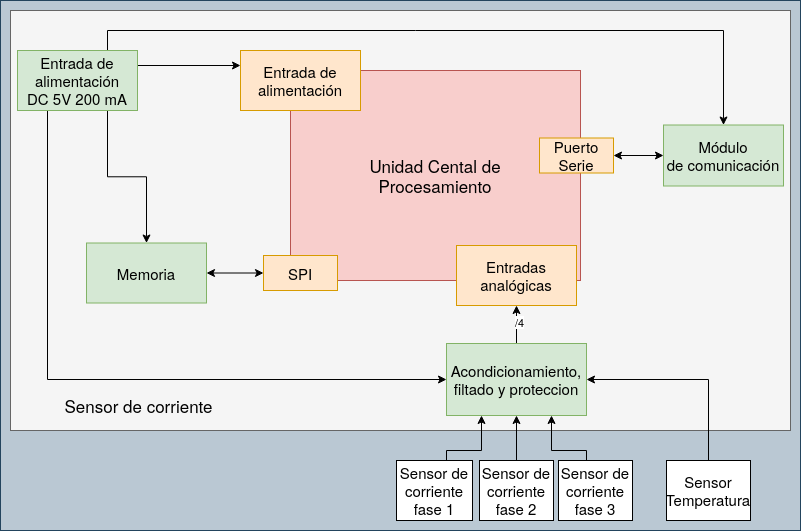
This is Figuras/diagBloque.png from SaEsteva/Latex_CESE, a draw.io export, as it was before one commit. Source tidied: cells renumbered, new cells last; positions are measured from the earlier drawing's top-left corner, leaving out a move shared by most shapes.
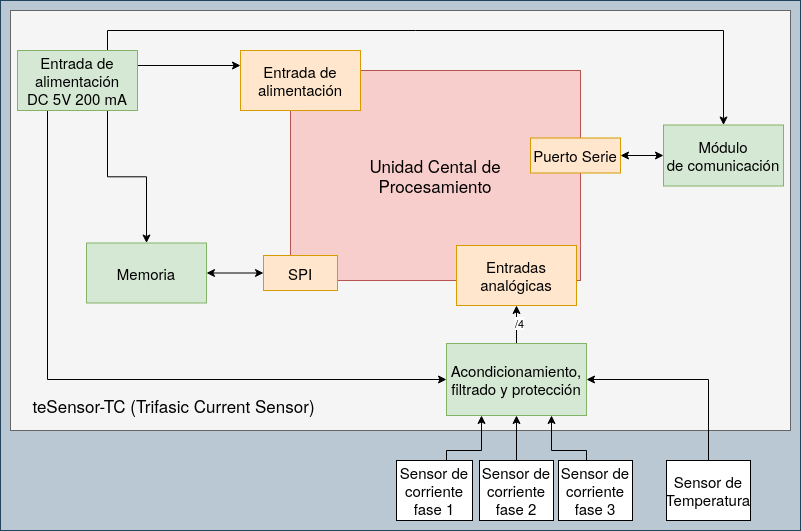
Later version of the same file.

Change to the diagram source:
```diff
@@ -14,7 +14,7 @@
     <mxCell id="5" style="edgeStyle=orthogonalEdgeStyle;rounded=0;jettySize=auto;html=1;entryX=1;entryY=0.5;entryDx=0;entryDy=0;exitX=0.5;exitY=0;exitDx=0;exitDy=0;" parent="1" edge="1" source="6" target="11">
       <mxGeometry relative="1" as="geometry" />
     </mxCell>
-    <mxCell id="6" value="&lt;div style=&quot;font-size: 15px;&quot;&gt;Sensor &lt;br style=&quot;font-size: 15px;&quot;&gt;&lt;/div&gt;&lt;div style=&quot;font-size: 15px;&quot;&gt;Temperatura&lt;/div&gt;" style="rounded=0;whiteSpace=wrap;html=1;fontSize=15;" parent="1" vertex="1">
+    <mxCell id="6" value="&lt;div style=&quot;font-size: 15px&quot;&gt;Sensor de&lt;br style=&quot;font-size: 15px&quot;&gt;&lt;/div&gt;&lt;div style=&quot;font-size: 15px&quot;&gt;Temperatura&lt;/div&gt;" style="rounded=0;whiteSpace=wrap;html=1;fontSize=15;" parent="1" vertex="1">
       <mxGeometry x="666" y="460" width="84" height="60" as="geometry" />
     </mxCell>
     <mxCell id="7" style="edgeStyle=orthogonalEdgeStyle;rounded=0;jettySize=auto;html=1;exitX=0.5;exitY=0;exitDx=0;exitDy=0;entryX=0.25;entryY=1;entryDx=0;entryDy=0;" parent="1" edge="1" source="8" target="11">
@@ -34,7 +34,7 @@
     <mxCell id="10" value="/4" style="edgeLabel;html=1;align=center;verticalAlign=middle;" parent="9" vertex="1">
       <mxGeometry x="0.2" y="-2" relative="1" as="geometry" />
     </mxCell>
-    <mxCell id="11" value="Acondicionamiento, filtado y proteccion" style="rounded=0;whiteSpace=wrap;html=1;fillColor=#d5e8d4;strokeColor=#82b366;fontSize=15;" parent="1" vertex="1">
+    <mxCell id="11" value="Acondicionamiento, filtrado y protección" style="rounded=0;whiteSpace=wrap;html=1;fillColor=#d5e8d4;strokeColor=#82b366;fontSize=15;" parent="1" vertex="1">
       <mxGeometry x="446" y="343" width="140" height="72" as="geometry" />
     </mxCell>
     <mxCell id="12" value="&lt;div style=&quot;font-size: 15px;&quot;&gt;Entradas analógicas&lt;/div&gt;" style="rounded=0;whiteSpace=wrap;html=1;fillColor=#ffe6cc;strokeColor=#d79b00;fontSize=15;" parent="1" vertex="1">
@@ -61,7 +61,7 @@
       <mxGeometry x="355" y="150" width="160" height="50" as="geometry" />
     </mxCell>
     <mxCell id="18" value="Puerto Serie" style="rounded=0;whiteSpace=wrap;html=1;fillColor=#ffe6cc;strokeColor=#d79b00;fontSize=15;" parent="1" vertex="1">
-      <mxGeometry x="539" y="137.5" width="74" height="35" as="geometry" />
+      <mxGeometry x="530" y="137.5" width="90" height="35" as="geometry" />
     </mxCell>
     <mxCell id="19" style="edgeStyle=orthogonalEdgeStyle;rounded=0;jettySize=auto;html=1;startArrow=classic;startFill=1;exitX=0;exitY=0.5;exitDx=0;exitDy=0;entryX=1;entryY=0.5;entryDx=0;entryDy=0;" parent="1" edge="1" source="20" target="18">
       <mxGeometry relative="1" as="geometry" />
@@ -100,8 +100,8 @@
     <mxCell id="29" value="SPI" style="rounded=0;whiteSpace=wrap;html=1;fillColor=#ffe6cc;strokeColor=#d79b00;fontSize=15;" parent="1" vertex="1">
       <mxGeometry x="263" y="255" width="74" height="35" as="geometry" />
     </mxCell>
-    <mxCell id="30" value="Sensor de corriente" style="text;html=1;strokeColor=none;fillColor=none;align=center;verticalAlign=middle;whiteSpace=wrap;rounded=0;fontSize=17;" parent="1" vertex="1">
-      <mxGeometry x="17" y="390" width="243" height="30" as="geometry" />
+    <mxCell id="30" value="teSensor-TC (Trifasic Current Sensor)" style="text;html=1;strokeColor=none;fillColor=none;align=center;verticalAlign=middle;whiteSpace=wrap;rounded=0;fontSize=17;" parent="1" vertex="1">
+      <mxGeometry x="17" y="390" width="313" height="30" as="geometry" />
     </mxCell>
   </root>
 </mxGraphModel>
```
